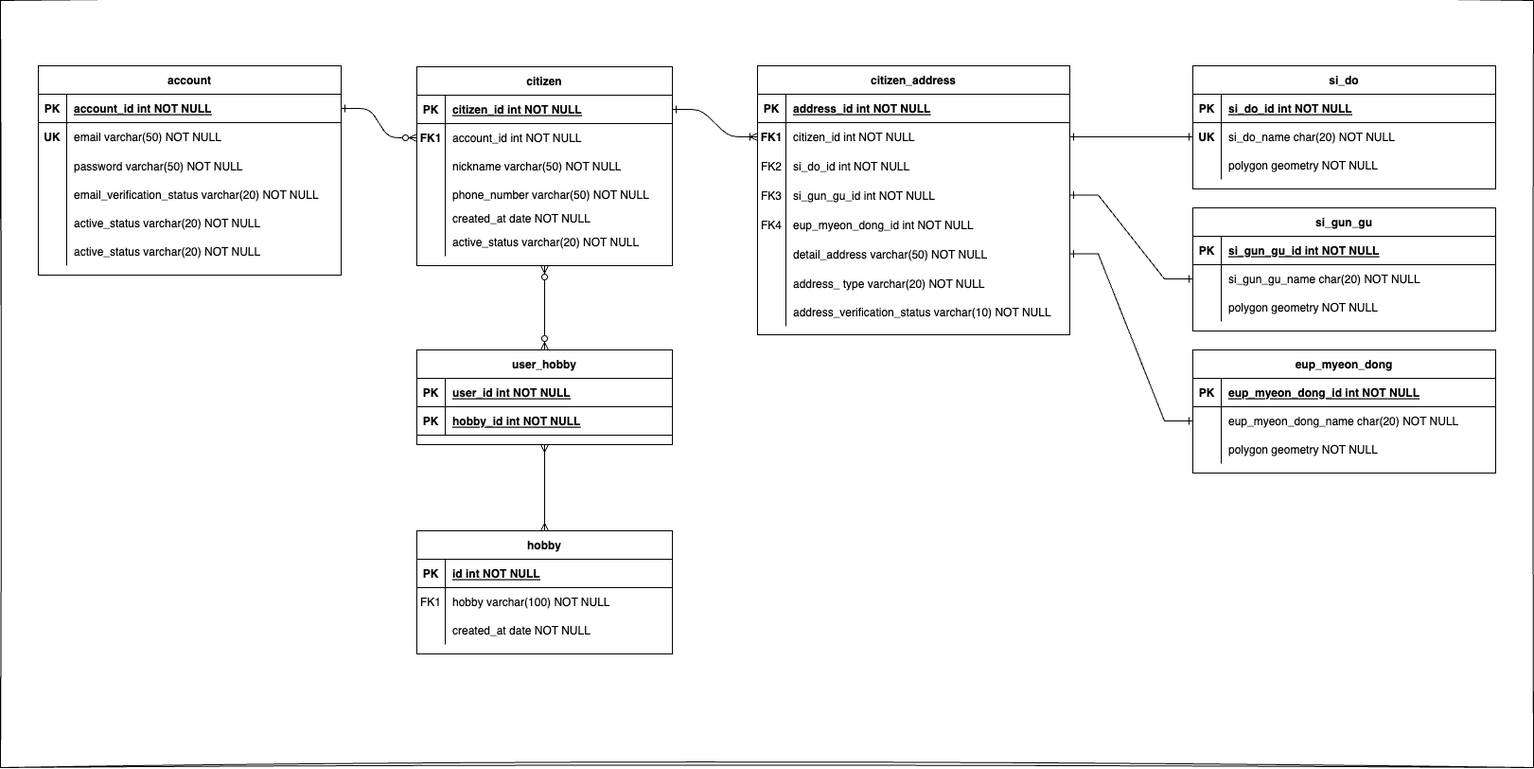
choomi1217/neighbor keeps this draw.io diagram as erd.drawio.png. Above is the earlier version. Source tidied: cells renumbered, new cells last; positions are measured from the earlier drawing's top-left corner, leaving out a move shared by most shapes.
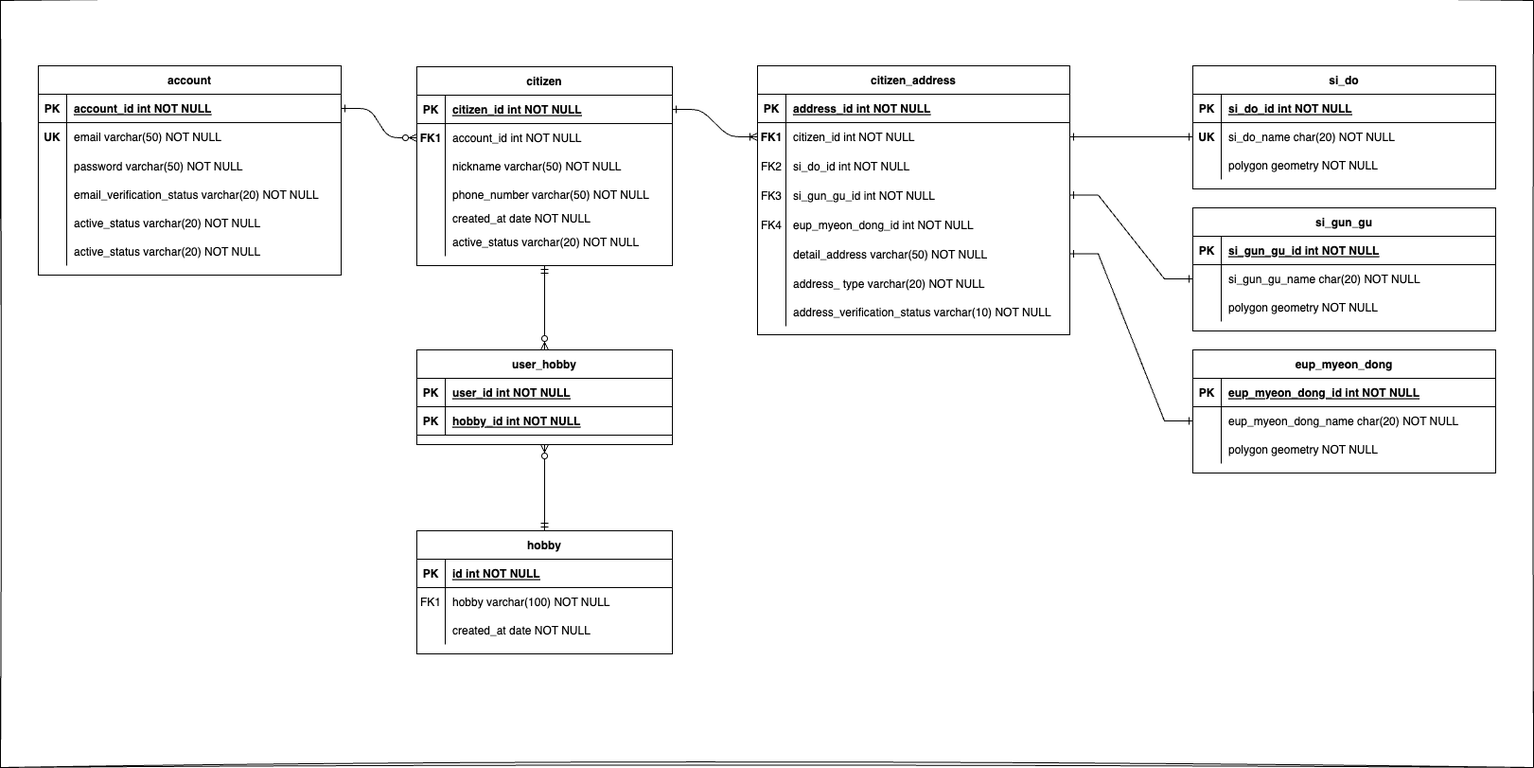
Above is the later version.

Diff of the diagram source:
```diff
@@ -251,10 +251,10 @@
     <mxCell id="84" value="created_at date NOT NULL" style="shape=partialRectangle;overflow=hidden;fillColor=none;top=0;left=0;bottom=0;right=0;align=left;spacingLeft=6;" parent="82" vertex="1">
       <mxGeometry x="30" width="240" height="30" as="geometry" />
     </mxCell>
-    <mxCell id="85" style="edgeStyle=orthogonalEdgeStyle;fontSize=12;html=1;endArrow=ERzeroToMany;endFill=1;startArrow=ERzeroToMany;rounded=0;hachureGap=4;fontFamily=Architects Daughter;fontSource=https%3A%2F%2Ffonts.googleapis.com%2Fcss%3Ffamily%3DArchitects%2BDaughter;curved=1;shadow=0;" parent="1" edge="1" source="5" target="68">
+    <mxCell id="85" style="edgeStyle=orthogonalEdgeStyle;fontSize=12;html=1;endArrow=ERzeroToMany;endFill=1;startArrow=ERmandOne;rounded=0;hachureGap=4;fontFamily=Architects Daughter;fontSource=https%3A%2F%2Ffonts.googleapis.com%2Fcss%3Ffamily%3DArchitects%2BDaughter;curved=1;shadow=0;startFill=0;" parent="1" edge="1" source="5" target="68">
       <mxGeometry relative="1" as="geometry" />
     </mxCell>
-    <mxCell id="86" style="edgeStyle=orthogonalEdgeStyle;fontSize=12;html=1;endArrow=ERmany;startArrow=ERmany;rounded=0;hachureGap=4;fontFamily=Architects Daughter;fontSource=https%3A%2F%2Ffonts.googleapis.com%2Fcss%3Ffamily%3DArchitects%2BDaughter;curved=1;entryX=0.5;entryY=0;entryDx=0;entryDy=0;exitX=0.5;exitY=1;exitDx=0;exitDy=0;" parent="1" edge="1" source="68" target="75">
+    <mxCell id="86" style="edgeStyle=orthogonalEdgeStyle;fontSize=12;html=1;endArrow=ERmandOne;startArrow=ERzeroToMany;rounded=0;hachureGap=4;fontFamily=Architects Daughter;fontSource=https%3A%2F%2Ffonts.googleapis.com%2Fcss%3Ffamily%3DArchitects%2BDaughter;curved=1;entryX=0.5;entryY=0;entryDx=0;entryDy=0;exitX=0.5;exitY=1;exitDx=0;exitDy=0;endFill=0;startFill=0;" parent="1" edge="1" source="68" target="75">
       <mxGeometry relative="1" as="geometry" />
     </mxCell>
     <mxCell id="87" value="si_do" style="shape=table;startSize=30;rowLines=0;fontStyle=1;align=center;" parent="1" vertex="1">
```
